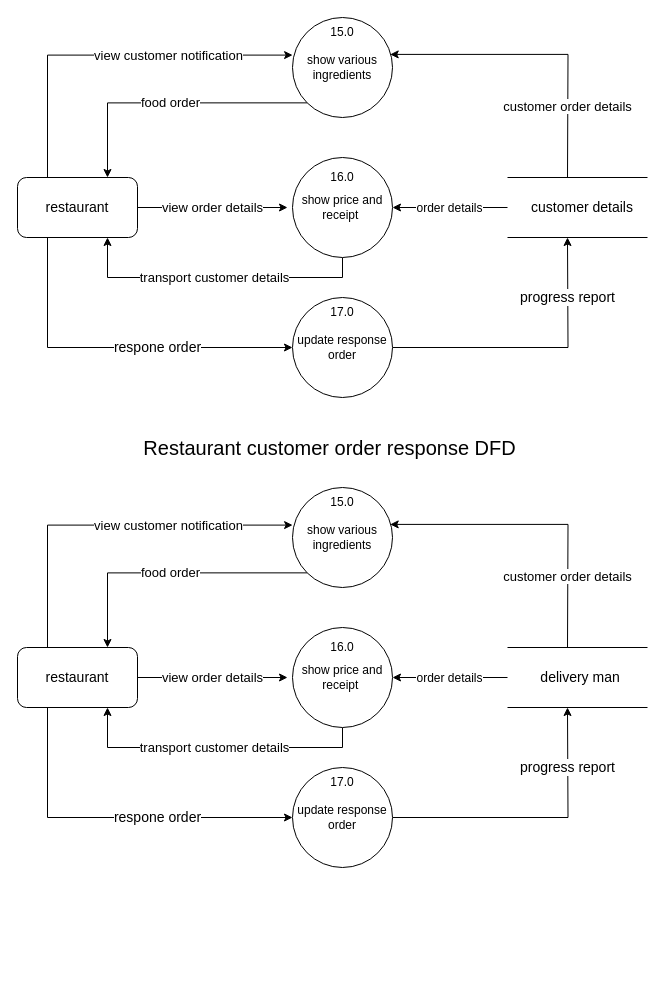
This is page "restaurant2" (4 of 6) of health.drawio from YeMyat144/DFD_ER, a draw.io file, before an edit. Source tidied: cells renumbered, new cells numbered last; positions are measured from the earlier drawing's top-left corner, leaving out a move shared by most shapes. Both pictures are drawn from the tidied source at 100%, with x=0, y=0 at pixel (17, 17).
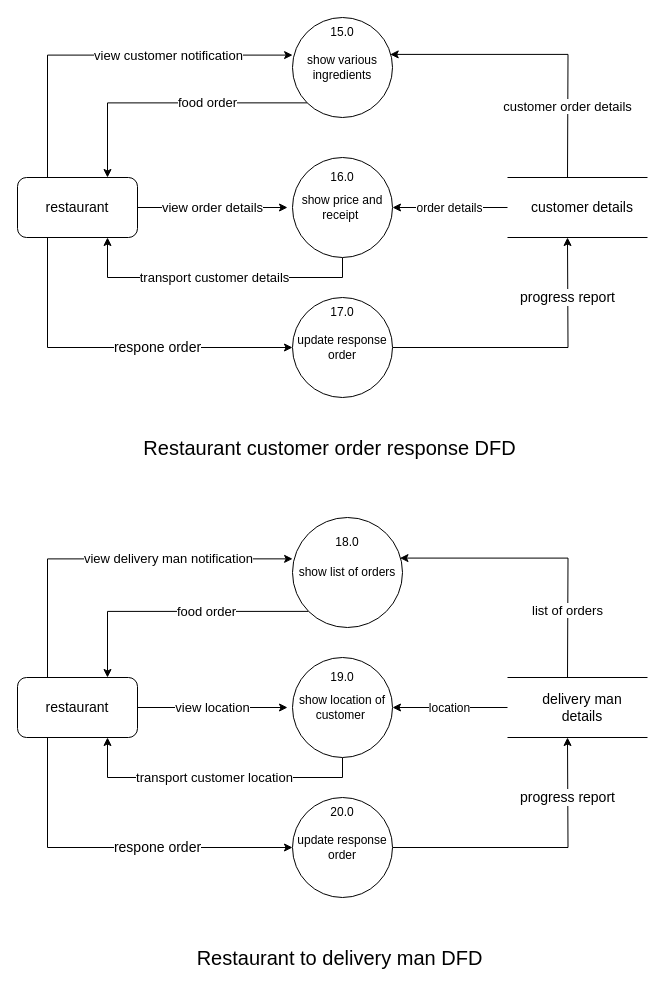
The same page after the edit.

The change refers to these unchanged cells:
```xml
<mxCell id="4" value="show various ingredients" style="ellipse;whiteSpace=wrap;html=1;" parent="1" vertex="1">
  <mxGeometry x="275" width="100" height="100" as="geometry" />
</mxCell>
<mxCell id="7" value="restaurant" style="rounded=1;whiteSpace=wrap;html=1;fontSize=14;" parent="1" vertex="1">
  <mxGeometry y="160" width="120" height="60" as="geometry" />
</mxCell>
```

Diff of the diagram source:
```diff
@@
     <mxCell id="2" value="food order" style="edgeStyle=orthogonalEdgeStyle;rounded=0;jettySize=auto;html=1;exitX=0;exitY=1;exitDx=0;exitDy=0;entryX=0.75;entryY=0;entryDx=0;entryDy=0;fontSize=13;" parent="1" edge="1" source="4" target="7">
-      <mxGeometry relative="1" as="geometry" />
+      <mxGeometry x="-0.27" relative="1" as="geometry" />
     </mxCell>
@@
     <mxCell id="22" value="food order" style="edgeStyle=orthogonalEdgeStyle;rounded=0;jettySize=auto;html=1;exitX=0;exitY=1;exitDx=0;exitDy=0;entryX=0.75;entryY=0;entryDx=0;entryDy=0;fontSize=13;" parent="1" edge="1" source="24" target="27">
-      <mxGeometry relative="1" as="geometry" />
+      <mxGeometry x="-0.24" relative="1" as="geometry" />
     </mxCell>
-    <mxCell id="23" value="customer order details" style="edgeStyle=orthogonalEdgeStyle;rounded=0;jettySize=auto;html=1;exitX=0.977;exitY=0.369;exitDx=0;exitDy=0;exitPerimeter=0;startArrow=classic;startFill=1;endArrow=none;endFill=0;fontSize=13;" parent="1" edge="1" source="24">
+    <mxCell id="23" value="list of orders" style="edgeStyle=orthogonalEdgeStyle;rounded=0;jettySize=auto;html=1;exitX=0.977;exitY=0.369;exitDx=0;exitDy=0;exitPerimeter=0;startArrow=classic;startFill=1;endArrow=none;endFill=0;fontSize=13;" parent="1" edge="1" source="24">
       <mxGeometry x="0.53" relative="1" as="geometry">
-        <mxPoint x="550" y="630" as="targetPoint" />
+        <mxPoint x="550" y="660" as="targetPoint" />
       </mxGeometry>
     </mxCell>
-    <mxCell id="24" value="show various ingredients" style="ellipse;whiteSpace=wrap;html=1;" parent="1" vertex="1">
-      <mxGeometry x="275" y="470" width="100" height="100" as="geometry" />
+    <mxCell id="24" value="show list of orders" style="ellipse;whiteSpace=wrap;html=1;" parent="1" vertex="1">
+      <mxGeometry x="275" y="500" width="110" height="110" as="geometry" />
     </mxCell>
-    <mxCell id="25" value="view order details" style="edgeStyle=orthogonalEdgeStyle;rounded=0;jettySize=auto;html=1;exitX=1;exitY=0.5;exitDx=0;exitDy=0;fontSize=13;" parent="1" edge="1" source="27">
+    <mxCell id="25" value="view location" style="edgeStyle=orthogonalEdgeStyle;rounded=0;jettySize=auto;html=1;exitX=1;exitY=0.5;exitDx=0;exitDy=0;fontSize=13;" parent="1" edge="1" source="27">
       <mxGeometry relative="1" as="geometry">
-        <mxPoint x="270" y="660" as="targetPoint" />
+        <mxPoint x="270" y="690" as="targetPoint" />
       </mxGeometry>
     </mxCell>
@@
     <mxCell id="27" value="restaurant" style="rounded=1;whiteSpace=wrap;html=1;fontSize=14;" parent="1" vertex="1">
-      <mxGeometry y="630" width="120" height="60" as="geometry" />
+      <mxGeometry y="660" width="120" height="60" as="geometry" />
     </mxCell>
-    <mxCell id="28" value="transport customer details" style="edgeStyle=orthogonalEdgeStyle;rounded=0;jettySize=auto;html=1;exitX=0.5;exitY=1;exitDx=0;exitDy=0;entryX=0.75;entryY=1;entryDx=0;entryDy=0;fontSize=13;" parent="1" edge="1" source="31" target="27">
+    <mxCell id="28" value="transport customer location" style="edgeStyle=orthogonalEdgeStyle;rounded=0;jettySize=auto;html=1;exitX=0.5;exitY=1;exitDx=0;exitDy=0;entryX=0.75;entryY=1;entryDx=0;entryDy=0;fontSize=13;" parent="1" edge="1" source="31" target="27">
       <mxGeometry relative="1" as="geometry">
         <Array as="points">
-          <mxPoint x="325" y="730" />
-          <mxPoint x="90" y="730" />
+          <mxPoint x="325" y="760" />
+          <mxPoint x="90" y="760" />
         </Array>
       </mxGeometry>
     </mxCell>
     <mxCell id="29" style="edgeStyle=orthogonalEdgeStyle;rounded=0;jettySize=auto;html=1;exitX=1;exitY=0.5;exitDx=0;exitDy=0;startArrow=classic;startFill=1;endArrow=none;endFill=0;" parent="1" edge="1" source="31">
       <mxGeometry relative="1" as="geometry">
-        <mxPoint x="490" y="660" as="targetPoint" />
+        <mxPoint x="490" y="690" as="targetPoint" />
       </mxGeometry>
     </mxCell>
-    <mxCell id="30" value="order details" style="edgeLabel;html=1;align=center;verticalAlign=middle;fontSize=12;" parent="29" vertex="1">
+    <mxCell id="30" value="location" style="edgeLabel;html=1;align=center;verticalAlign=middle;fontSize=12;" parent="29" vertex="1">
       <mxGeometry x="-0.4" relative="1" as="geometry">
         <mxPoint x="21" as="offset" />
       </mxGeometry>
     </mxCell>
-    <mxCell id="31" value="show price and receipt&amp;nbsp;" style="ellipse;whiteSpace=wrap;html=1;" parent="1" vertex="1">
-      <mxGeometry x="275" y="610" width="100" height="100" as="geometry" />
+    <mxCell id="31" value="show location of customer&amp;nbsp;" style="ellipse;whiteSpace=wrap;html=1;" parent="1" vertex="1">
+      <mxGeometry x="275" y="640" width="100" height="100" as="geometry" />
     </mxCell>
     <mxCell id="32" value="progress report" style="edgeStyle=orthogonalEdgeStyle;rounded=0;jettySize=auto;html=1;exitX=1;exitY=0.5;exitDx=0;exitDy=0;fontSize=14;" parent="1" edge="1" source="33">
       <mxGeometry x="0.58" relative="1" as="geometry">
-        <mxPoint x="550" y="690" as="targetPoint" />
+        <mxPoint x="550" y="720" as="targetPoint" />
       </mxGeometry>
     </mxCell>
     <mxCell id="33" value="update response order" style="ellipse;whiteSpace=wrap;html=1;" parent="1" vertex="1">
-      <mxGeometry x="275" y="750" width="100" height="100" as="geometry" />
+      <mxGeometry x="275" y="780" width="100" height="100" as="geometry" />
     </mxCell>
     <mxCell id="34" style="endArrow=none;html=1;rounded=0;" parent="1" edge="1">
       <mxGeometry relative="1" as="geometry">
-        <mxPoint x="490" y="630" as="sourcePoint" />
-        <mxPoint x="630" y="630" as="targetPoint" />
+        <mxPoint x="490" y="660" as="sourcePoint" />
+        <mxPoint x="630" y="660" as="targetPoint" />
       </mxGeometry>
     </mxCell>
     <mxCell id="35" style="endArrow=none;html=1;rounded=0;" parent="1" edge="1">
       <mxGeometry relative="1" as="geometry">
-        <mxPoint x="490" y="690" as="sourcePoint" />
-        <mxPoint x="630" y="690" as="targetPoint" />
+        <mxPoint x="490" y="720" as="sourcePoint" />
+        <mxPoint x="630" y="720" as="targetPoint" />
       </mxGeometry>
     </mxCell>
-    <mxCell id="36" value="delivery man&amp;nbsp;" style="text;html=1;align=center;verticalAlign=middle;whiteSpace=wrap;rounded=0;fontSize=14;" parent="1" vertex="1">
-      <mxGeometry x="510" y="642.5" width="110" height="35" as="geometry" />
+    <mxCell id="36" value="delivery man details" style="text;html=1;align=center;verticalAlign=middle;whiteSpace=wrap;rounded=0;fontSize=14;" parent="1" vertex="1">
+      <mxGeometry x="510" y="672.5" width="110" height="35" as="geometry" />
     </mxCell>
-    <mxCell id="37" value="view customer notification" style="edgeStyle=orthogonalEdgeStyle;rounded=0;jettySize=auto;html=1;exitX=0.25;exitY=0;exitDx=0;exitDy=0;entryX=0.001;entryY=0.376;entryDx=0;entryDy=0;entryPerimeter=0;fontSize=13;" parent="1" edge="1" source="27" target="24">
+    <mxCell id="37" value="view delivery man notification" style="edgeStyle=orthogonalEdgeStyle;rounded=0;jettySize=auto;html=1;exitX=0.25;exitY=0;exitDx=0;exitDy=0;entryX=0.001;entryY=0.376;entryDx=0;entryDy=0;entryPerimeter=0;fontSize=13;" parent="1" edge="1" source="27" target="24">
       <mxGeometry x="0.32" relative="1" as="geometry" />
     </mxCell>
-    <mxCell id="38" value="15.0" style="text;html=1;align=center;verticalAlign=middle;whiteSpace=wrap;rounded=0;" parent="1" vertex="1">
-      <mxGeometry x="295" y="470" width="60" height="30" as="geometry" />
+    <mxCell id="38" value="18.0" style="text;html=1;align=center;verticalAlign=middle;whiteSpace=wrap;rounded=0;" parent="1" vertex="1">
+      <mxGeometry x="300" y="510" width="60" height="30" as="geometry" />
     </mxCell>
-    <mxCell id="39" value="16.0" style="text;html=1;align=center;verticalAlign=middle;whiteSpace=wrap;rounded=0;" parent="1" vertex="1">
-      <mxGeometry x="295" y="615" width="60" height="30" as="geometry" />
+    <mxCell id="39" value="19.0" style="text;html=1;align=center;verticalAlign=middle;whiteSpace=wrap;rounded=0;" parent="1" vertex="1">
+      <mxGeometry x="295" y="645" width="60" height="30" as="geometry" />
     </mxCell>
-    <mxCell id="40" value="17.0" style="text;html=1;align=center;verticalAlign=middle;whiteSpace=wrap;rounded=0;" parent="1" vertex="1">
-      <mxGeometry x="295" y="750" width="60" height="30" as="geometry" />
+    <mxCell id="40" value="20.0" style="text;html=1;align=center;verticalAlign=middle;whiteSpace=wrap;rounded=0;" parent="1" vertex="1">
+      <mxGeometry x="295" y="780" width="60" height="30" as="geometry" />
     </mxCell>
+    <mxCell id="41" value="Restaurant to delivery man DFD" style="text;html=1;align=center;verticalAlign=middle;whiteSpace=wrap;rounded=0;fontSize=20;" parent="1" vertex="1">
+      <mxGeometry x="125" y="910" width="395" height="60" as="geometry" />
+    </mxCell>
```
